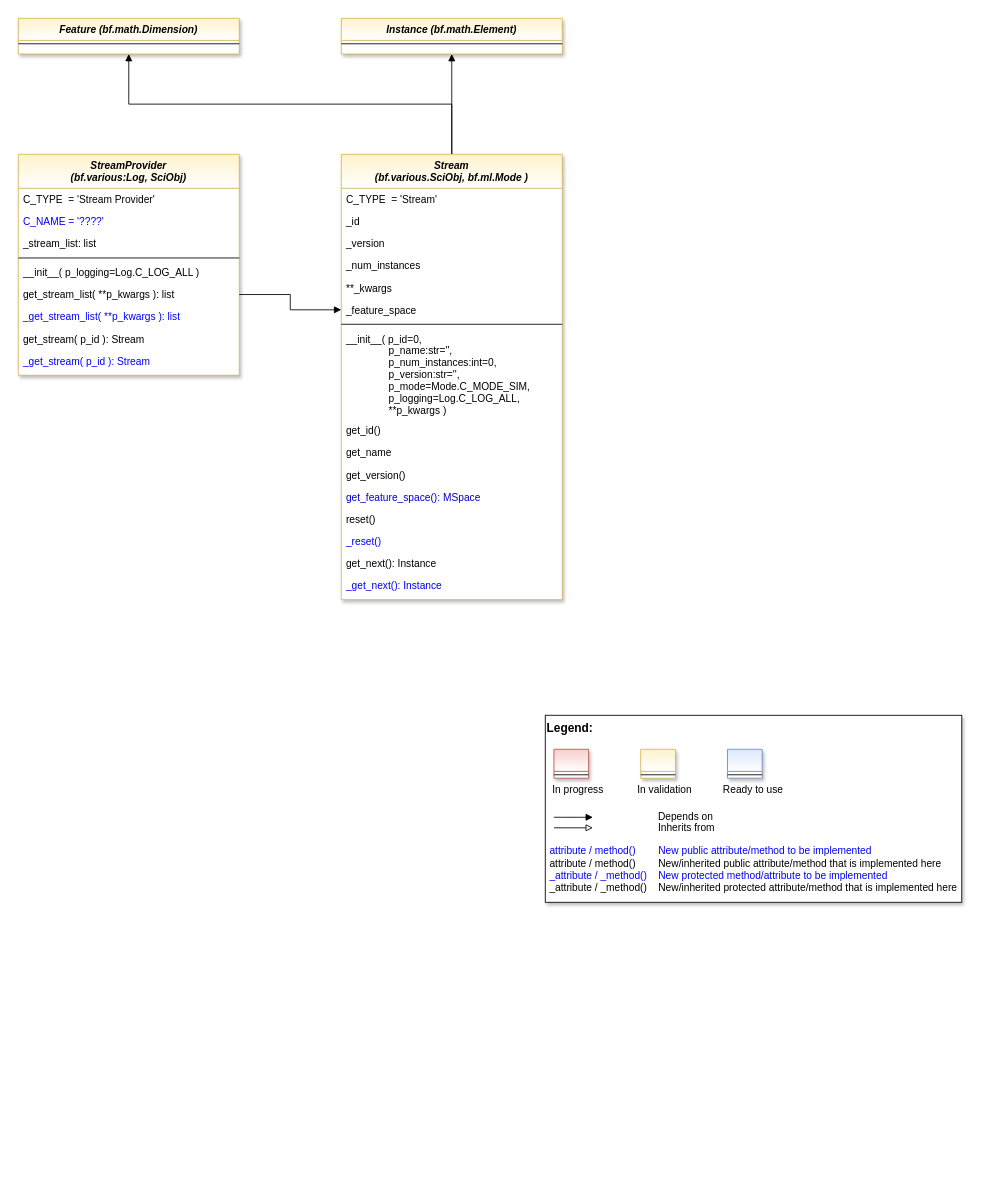
fhswf/MLPro keeps this draw.io diagram as doc/rtd/content/append2/core/images/oa/MLPro-OA-Streams_class_diagram.drawio. Above is the earlier version. Source tidied: cells renumbered, new cells numbered last; positions are measured from the earlier drawing's top-left corner, leaving out a move shared by most shapes. Both pictures are drawn from the tidied source at 85%, with x=0, y=0 at pixel (18, 18).
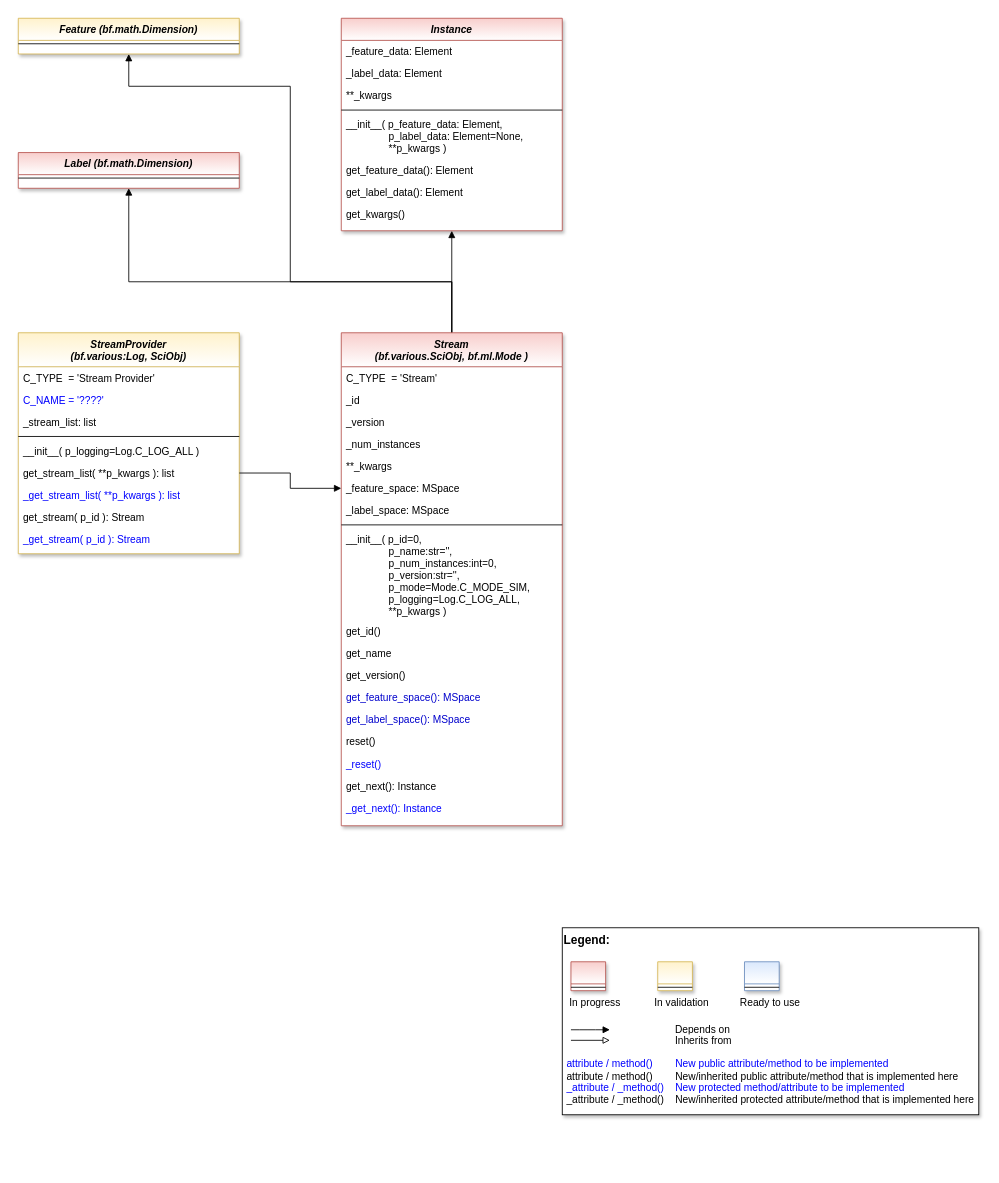
After the change.

Commit message (it also covers changes not shown here):
Update of class diagrams

The change refers to these unchanged cells:
```xml
<mxCell id="31" value="Feature (bf.math.Dimension)" style="swimlane;fontStyle=3;align=center;verticalAlign=top;horizontal=1;startSize=26;rounded=0;shadow=1;strokeWidth=1;fillColor=#fff2cc;strokeColor=#d6b656;swimlaneFillColor=#ffffff;gradientColor=#ffffff;" parent="1" vertex="1">
  <mxGeometry width="260" height="42" as="geometry" />
</mxCell>
```

The edit, as a diff of the source:
```diff
@@
     <mxCell id="2" style="group;" parent="1" vertex="1">
-      <mxGeometry x="620" y="820" width="490" height="220" as="geometry" />
+      <mxGeometry x="640" y="1070" width="490" height="220" as="geometry" />
     </mxCell>
@@
+    <mxCell id="13" style="edgeStyle=orthogonalEdgeStyle;rounded=0;jettySize=auto;html=1;entryX=0.5;entryY=1;entryDx=0;entryDy=0;fontColor=#0000FF;endArrow=block;endFill=1;exitX=0.5;exitY=0;exitDx=0;exitDy=0;" parent="1" edge="1" source="14" target="33">
+      <mxGeometry relative="1" as="geometry" />
+    </mxCell>
+    <mxCell id="46" style="edgeStyle=orthogonalEdgeStyle;rounded=0;jettySize=auto;html=1;endArrow=block;endFill=1;" parent="1" edge="1" source="14" target="56">
+      <mxGeometry relative="1" as="geometry">
+        <Array as="points">
+          <mxPoint x="510" y="310" />
+          <mxPoint x="130" y="310" />
+        </Array>
+      </mxGeometry>
+    </mxCell>
-    <mxCell id="12" style="edgeStyle=orthogonalEdgeStyle;rounded=0;jettySize=auto;html=1;entryX=0.5;entryY=1;entryDx=0;entryDy=0;fontColor=#0000FF;endArrow=block;endFill=1;exitX=0.5;exitY=0;exitDx=0;exitDy=0;" parent="1" edge="1" source="14" target="31">
-      <mxGeometry relative="1" as="geometry" />
+    <mxCell id="12" style="edgeStyle=orthogonalEdgeStyle;rounded=0;jettySize=auto;html=1;endArrow=block;endFill=1;" parent="1" edge="1" source="14" target="31">
+      <mxGeometry relative="1" as="geometry">
+        <Array as="points">
+          <mxPoint x="510" y="310" />
+          <mxPoint x="320" y="310" />
+          <mxPoint x="320" y="80" />
+          <mxPoint x="130" y="80" />
+        </Array>
+      </mxGeometry>
     </mxCell>
-    <mxCell id="13" style="edgeStyle=orthogonalEdgeStyle;rounded=0;jettySize=auto;html=1;entryX=0.5;entryY=1;entryDx=0;entryDy=0;fontColor=#0000FF;endArrow=block;endFill=1;exitX=0.5;exitY=0;exitDx=0;exitDy=0;" parent="1" edge="1" source="14" target="33">
-      <mxGeometry relative="1" as="geometry" />
-    </mxCell>
-    <mxCell id="14" value="Stream &#10;(bf.various.SciObj, bf.ml.Mode )" style="swimlane;fontStyle=3;align=center;verticalAlign=top;horizontal=1;startSize=40;rounded=0;shadow=1;strokeWidth=1;fillColor=#fff2cc;strokeColor=#d6b656;swimlaneFillColor=#ffffff;gradientColor=#ffffff;" parent="1" vertex="1">
-      <mxGeometry x="380" y="160" width="260" height="524" as="geometry" />
+    <mxCell id="14" value="Stream &#10;(bf.various.SciObj, bf.ml.Mode )" style="swimlane;fontStyle=3;align=center;verticalAlign=top;horizontal=1;startSize=40;rounded=0;shadow=1;strokeWidth=1;fillColor=#f8cecc;strokeColor=#b85450;swimlaneFillColor=#ffffff;gradientColor=#ffffff;" parent="1" vertex="1">
+      <mxGeometry x="380" y="370" width="260" height="580" as="geometry" />
     </mxCell>
@@
-    <mxCell id="20" value="_feature_space" style="text;align=left;verticalAlign=top;spacingLeft=4;spacingRight=4;overflow=hidden;points=[[0,0.5],[1,0.5]];portConstraint=eastwest;" parent="14" vertex="1">
+    <mxCell id="20" value="_feature_space: MSpace" style="text;align=left;verticalAlign=top;spacingLeft=4;spacingRight=4;overflow=hidden;points=[[0,0.5],[1,0.5]];portConstraint=eastwest;" parent="14" vertex="1">
       <mxGeometry y="170" width="260" height="26" as="geometry" />
     </mxCell>
+    <mxCell id="47" value="_label_space: MSpace" style="text;align=left;verticalAlign=top;spacingLeft=4;spacingRight=4;overflow=hidden;" parent="14" vertex="1">
+      <mxGeometry y="196" width="260" height="26" as="geometry" />
+    </mxCell>
     <mxCell id="21" style="line;html=1;strokeWidth=1;align=left;verticalAlign=middle;spacingTop=-1;spacingLeft=3;spacingRight=3;labelPosition=right;" parent="14" vertex="1">
-      <mxGeometry y="196" width="260" height="8" as="geometry" />
+      <mxGeometry y="222" width="260" height="8" as="geometry" />
     </mxCell>
     <mxCell id="22" value="__init__( p_id=0,&#10;               p_name:str='',&#10;               p_num_instances:int=0,&#10;               p_version:str='',&#10;               p_mode=Mode.C_MODE_SIM,&#10;               p_logging=Log.C_LOG_ALL,&#10;               **p_kwargs )" style="text;align=left;verticalAlign=top;spacingLeft=4;spacingRight=4;overflow=hidden;" parent="14" vertex="1">
-      <mxGeometry y="204" width="260" height="108" as="geometry" />
+      <mxGeometry y="230" width="260" height="108" as="geometry" />
     </mxCell>
     <mxCell id="23" value="get_id()" style="text;align=left;verticalAlign=top;spacingLeft=4;spacingRight=4;overflow=hidden;" parent="14" vertex="1">
-      <mxGeometry y="312" width="260" height="26" as="geometry" />
+      <mxGeometry y="338" width="260" height="26" as="geometry" />
     </mxCell>
     <mxCell id="24" value="get_name" style="text;align=left;verticalAlign=top;spacingLeft=4;spacingRight=4;overflow=hidden;" parent="14" vertex="1">
-      <mxGeometry y="338" width="260" height="26" as="geometry" />
+      <mxGeometry y="364" width="260" height="26" as="geometry" />
     </mxCell>
     <mxCell id="25" value="get_version()" style="text;align=left;verticalAlign=top;spacingLeft=4;spacingRight=4;overflow=hidden;" parent="14" vertex="1">
-      <mxGeometry y="364" width="260" height="26" as="geometry" />
+      <mxGeometry y="390" width="260" height="26" as="geometry" />
     </mxCell>
     <mxCell id="26" value="get_feature_space(): MSpace" style="text;align=left;verticalAlign=top;spacingLeft=4;spacingRight=4;overflow=hidden;fontColor=#0000CC;" parent="14" vertex="1">
-      <mxGeometry y="390" width="260" height="26" as="geometry" />
+      <mxGeometry y="416" width="260" height="26" as="geometry" />
     </mxCell>
+    <mxCell id="48" value="get_label_space(): MSpace" style="text;align=left;verticalAlign=top;spacingLeft=4;spacingRight=4;overflow=hidden;fontColor=#0000CC;" parent="14" vertex="1">
+      <mxGeometry y="442" width="260" height="26" as="geometry" />
+    </mxCell>
     <mxCell id="27" value="reset()" style="text;align=left;verticalAlign=top;spacingLeft=4;spacingRight=4;overflow=hidden;" parent="14" vertex="1">
-      <mxGeometry y="416" width="260" height="26" as="geometry" />
+      <mxGeometry y="468" width="260" height="26" as="geometry" />
     </mxCell>
     <mxCell id="28" value="_reset()" style="text;align=left;verticalAlign=top;spacingLeft=4;spacingRight=4;overflow=hidden;fontColor=#0000FF;" parent="14" vertex="1">
-      <mxGeometry y="442" width="260" height="26" as="geometry" />
+      <mxGeometry y="494" width="260" height="26" as="geometry" />
     </mxCell>
     <mxCell id="29" value="get_next(): Instance" style="text;align=left;verticalAlign=top;spacingLeft=4;spacingRight=4;overflow=hidden;" parent="14" vertex="1">
-      <mxGeometry y="468" width="260" height="26" as="geometry" />
+      <mxGeometry y="520" width="260" height="26" as="geometry" />
     </mxCell>
     <mxCell id="30" value="_get_next(): Instance" style="text;align=left;verticalAlign=top;spacingLeft=4;spacingRight=4;overflow=hidden;fontColor=#0000FF;" parent="14" vertex="1">
-      <mxGeometry y="494" width="260" height="26" as="geometry" />
+      <mxGeometry y="546" width="260" height="26" as="geometry" />
     </mxCell>
@@
-    <mxCell id="33" value="Instance (bf.math.Element)" style="swimlane;fontStyle=3;align=center;verticalAlign=top;horizontal=1;startSize=26;rounded=0;shadow=1;strokeWidth=1;fillColor=#fff2cc;strokeColor=#d6b656;swimlaneFillColor=#ffffff;gradientColor=#ffffff;" parent="1" vertex="1">
-      <mxGeometry x="380" width="260" height="42" as="geometry" />
+    <mxCell id="33" value="Instance" style="swimlane;fontStyle=3;align=center;verticalAlign=top;horizontal=1;startSize=26;rounded=0;shadow=1;strokeWidth=1;fillColor=#f8cecc;strokeColor=#b85450;swimlaneFillColor=#ffffff;gradientColor=#ffffff;" parent="1" vertex="1">
+      <mxGeometry x="380" width="260" height="250" as="geometry" />
     </mxCell>
+    <mxCell id="49" value="_feature_data: Element" style="text;align=left;verticalAlign=top;spacingLeft=4;spacingRight=4;overflow=hidden;" parent="33" vertex="1">
+      <mxGeometry y="26" width="260" height="26" as="geometry" />
+    </mxCell>
+    <mxCell id="50" value="_label_data: Element" style="text;align=left;verticalAlign=top;spacingLeft=4;spacingRight=4;overflow=hidden;" parent="33" vertex="1">
+      <mxGeometry y="52" width="260" height="26" as="geometry" />
+    </mxCell>
+    <mxCell id="51" value="**_kwargs" style="text;align=left;verticalAlign=top;spacingLeft=4;spacingRight=4;overflow=hidden;" parent="33" vertex="1">
+      <mxGeometry y="78" width="260" height="26" as="geometry" />
+    </mxCell>
     <mxCell id="34" style="line;html=1;strokeWidth=1;align=left;verticalAlign=middle;spacingTop=-1;spacingLeft=3;spacingRight=3;labelPosition=right;" parent="33" vertex="1">
-      <mxGeometry y="26" width="260" height="8" as="geometry" />
+      <mxGeometry y="104" width="260" height="8" as="geometry" />
     </mxCell>
+    <mxCell id="52" value="__init__( p_feature_data: Element,&#10;               p_label_data: Element=None,&#10;               **p_kwargs )" style="text;align=left;verticalAlign=top;spacingLeft=4;spacingRight=4;overflow=hidden;" parent="33" vertex="1">
+      <mxGeometry y="112" width="260" height="54" as="geometry" />
+    </mxCell>
+    <mxCell id="53" value="get_feature_data(): Element" style="text;align=left;verticalAlign=top;spacingLeft=4;spacingRight=4;overflow=hidden;" parent="33" vertex="1">
+      <mxGeometry y="166" width="260" height="26" as="geometry" />
+    </mxCell>
+    <mxCell id="54" value="get_label_data(): Element" style="text;align=left;verticalAlign=top;spacingLeft=4;spacingRight=4;overflow=hidden;" parent="33" vertex="1">
+      <mxGeometry y="192" width="260" height="26" as="geometry" />
+    </mxCell>
+    <mxCell id="55" value="get_kwargs()" style="text;align=left;verticalAlign=top;spacingLeft=4;spacingRight=4;overflow=hidden;" parent="33" vertex="1">
+      <mxGeometry y="218" width="260" height="26" as="geometry" />
+    </mxCell>
     <mxCell id="35" value="StreamProvider &#10;(bf.various:Log, SciObj)" style="swimlane;fontStyle=3;align=center;verticalAlign=top;horizontal=1;startSize=40;rounded=0;shadow=1;strokeWidth=1;fillColor=#fff2cc;strokeColor=#d6b656;swimlaneFillColor=#ffffff;gradientColor=#ffffff;" parent="1" vertex="1">
-      <mxGeometry y="160" width="260" height="260" as="geometry" />
+      <mxGeometry y="370" width="260" height="260" as="geometry" />
     </mxCell>
@@
+    <mxCell id="56" value="Label (bf.math.Dimension)" style="swimlane;fontStyle=3;align=center;verticalAlign=top;horizontal=1;startSize=26;rounded=0;shadow=1;strokeWidth=1;fillColor=#f8cecc;strokeColor=#b85450;swimlaneFillColor=#ffffff;gradientColor=#ffffff;" parent="1" vertex="1">
+      <mxGeometry y="158" width="260" height="42" as="geometry" />
+    </mxCell>
+    <mxCell id="57" style="line;html=1;strokeWidth=1;align=left;verticalAlign=middle;spacingTop=-1;spacingLeft=3;spacingRight=3;labelPosition=right;" parent="56" vertex="1">
+      <mxGeometry y="26" width="260" height="8" as="geometry" />
+    </mxCell>
```
